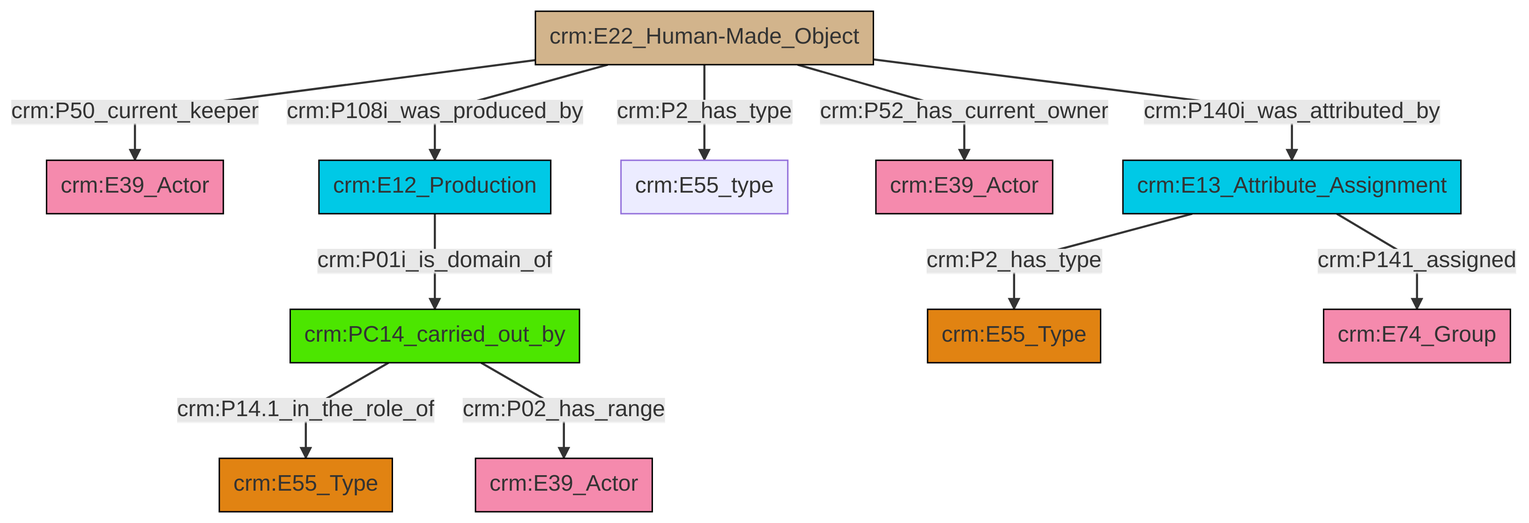
Above: et/artworkCSV/ttl/mmd/png/Artwork_Actor_Relations.png in swiss-art-research-net/reference-data-models (Mermaid), before the change. Its source is kept beside it as et/artworkCSV/ttl/mmd/Artwork_Actor_Relations.ttl.mmd.
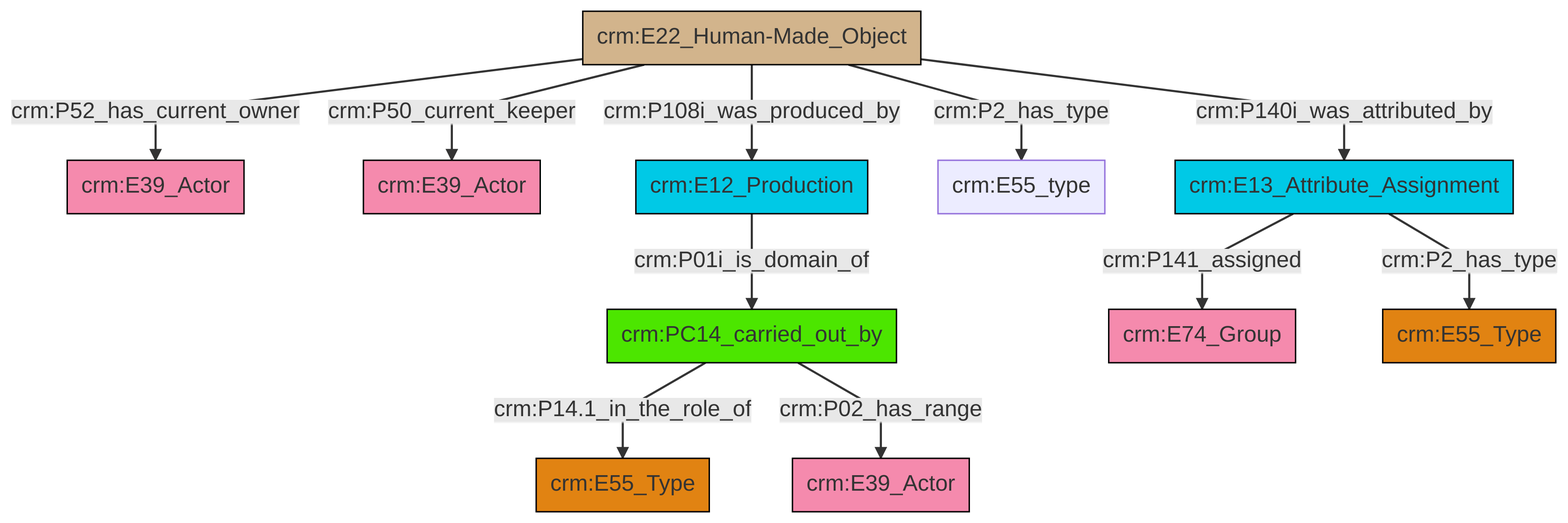
After the commit.

The edit, as a diff of the source:
```diff
@@ -13,13 +13,13 @@
 classDef PC_Classes fill:#4ce600, stroke:#000000;
 classDef Multi fill:#cccccc,stroke:#000000;
 
-0["crm:PC14_carried_out_by"]:::PC_Classes -->|crm:P14.1_in_the_role_of| 1["crm:E55_Type"]:::Type
-8["crm:E22_Human-Made_Object"]:::Physical_Thing -->|crm:P2_has_type| 9["crm:E55_type"]:::Default
-12["crm:E13_Attribute_Assignment"]:::Temporal_Entity -->|crm:P2_has_type| 2["crm:E55_Type"]:::Type
-8["crm:E22_Human-Made_Object"]:::Physical_Thing -->|crm:P52_has_current_owner| 10["crm:E39_Actor"]:::Actor
-8["crm:E22_Human-Made_Object"]:::Physical_Thing -->|crm:P140i_was_attributed_by| 12["crm:E13_Attribute_Assignment"]:::Temporal_Entity
-6["crm:E12_Production"]:::Temporal_Entity -->|crm:P01i_is_domain_of| 0["crm:PC14_carried_out_by"]:::PC_Classes
-12["crm:E13_Attribute_Assignment"]:::Temporal_Entity -->|crm:P141_assigned| 13["crm:E74_Group"]:::Actor
-0["crm:PC14_carried_out_by"]:::PC_Classes -->|crm:P02_has_range| 18["crm:E39_Actor"]:::Actor
-8["crm:E22_Human-Made_Object"]:::Physical_Thing -->|crm:P108i_was_produced_by| 6["crm:E12_Production"]:::Temporal_Entity
-8["crm:E22_Human-Made_Object"]:::Physical_Thing -->|crm:P50_current_keeper| 4["crm:E39_Actor"]:::Actor
+0["crm:E22_Human-Made_Object"]:::Physical_Thing -->|crm:P52_has_current_owner| 1["crm:E39_Actor"]:::Actor
+4["crm:E12_Production"]:::Temporal_Entity -->|crm:P01i_is_domain_of| 5["crm:PC14_carried_out_by"]:::PC_Classes
+0["crm:E22_Human-Made_Object"]:::Physical_Thing -->|crm:P50_current_keeper| 6["crm:E39_Actor"]:::Actor
+5["crm:PC14_carried_out_by"]:::PC_Classes -->|crm:P14.1_in_the_role_of| 10["crm:E55_Type"]:::Type
+5["crm:PC14_carried_out_by"]:::PC_Classes -->|crm:P02_has_range| 14["crm:E39_Actor"]:::Actor
+18["crm:E13_Attribute_Assignment"]:::Temporal_Entity -->|crm:P141_assigned| 12["crm:E74_Group"]:::Actor
+0["crm:E22_Human-Made_Object"]:::Physical_Thing -->|crm:P108i_was_produced_by| 4["crm:E12_Production"]:::Temporal_Entity
+18["crm:E13_Attribute_Assignment"]:::Temporal_Entity -->|crm:P2_has_type| 2["crm:E55_Type"]:::Type
+0["crm:E22_Human-Made_Object"]:::Physical_Thing -->|crm:P2_has_type| 8["crm:E55_type"]:::Default
+0["crm:E22_Human-Made_Object"]:::Physical_Thing -->|crm:P140i_was_attributed_by| 18["crm:E13_Attribute_Assignment"]:::Temporal_Entity
```
